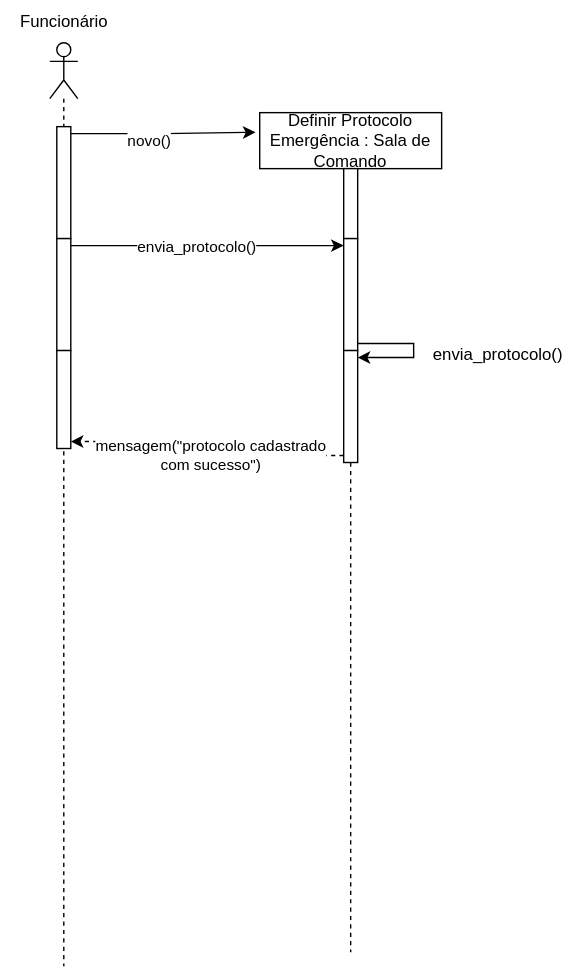
wholocked1/Projeto-2-modelagem keeps this draw.io diagram as Diagrama-Sequencia/diagrama_2.svg. Above is the earlier version. Source tidied: cells renumbered, new cells last; positions are measured from the earlier drawing's top-left corner, leaving out a move shared by most shapes. Source of this version:
```xml
<mxGraphModel background="#ffffff">
  <root>
    <mxCell id="0" />
    <mxCell id="1" parent="0" />
    <mxCell id="2" style="shape=umlLifeline;perimeter=lifelinePerimeter;whiteSpace=wrap;html=1;newEdgeStyle={&quot;curved&quot;:0,&quot;rounded&quot;:0};participant=umlActor;" parent="1" vertex="1">
      <mxGeometry x="35" y="30" width="20" height="660" as="geometry" />
    </mxCell>
    <mxCell id="3" style="html=1;points=[[0,0,0,0,5],[0,1,0,0,-5],[1,0,0,0,5],[1,1,0,0,-5]];perimeter=orthogonalPerimeter;outlineConnect=0;targetShapes=umlLifeline;portConstraint=eastwest;newEdgeStyle={&quot;curved&quot;:0,&quot;rounded&quot;:0};" parent="2" vertex="1">
      <mxGeometry x="5" y="60" width="10" height="80" as="geometry" />
    </mxCell>
    <mxCell id="4" style="html=1;points=[[0,0,0,0,5],[0,1,0,0,-5],[1,0,0,0,5],[1,1,0,0,-5]];perimeter=orthogonalPerimeter;outlineConnect=0;targetShapes=umlLifeline;portConstraint=eastwest;newEdgeStyle={&quot;curved&quot;:0,&quot;rounded&quot;:0};" parent="2" vertex="1">
      <mxGeometry x="5" y="140" width="10" height="80" as="geometry" />
    </mxCell>
    <mxCell id="5" style="html=1;points=[[0,0,0,0,5],[0,1,0,0,-5],[1,0,0,0,5],[1,1,0,0,-5]];perimeter=orthogonalPerimeter;outlineConnect=0;targetShapes=umlLifeline;portConstraint=eastwest;newEdgeStyle={&quot;curved&quot;:0,&quot;rounded&quot;:0};" parent="2" vertex="1">
      <mxGeometry x="5" y="220" width="10" height="70" as="geometry" />
    </mxCell>
    <mxCell id="6" value="Funcionário" style="text;html=1;align=center;verticalAlign=middle;strokeColor=none;fillColor=none;" parent="1" vertex="1">
      <mxGeometry width="90" height="30" as="geometry" />
    </mxCell>
    <mxCell id="7" value="Definir Protocolo Emergência : Sala de Comando" style="shape=umlLifeline;perimeter=lifelinePerimeter;whiteSpace=wrap;html=1;newEdgeStyle={&quot;curved&quot;:0,&quot;rounded&quot;:0};" parent="1" vertex="1">
      <mxGeometry x="185" y="80" width="130" height="600" as="geometry" />
    </mxCell>
    <mxCell id="8" style="html=1;perimeter=orthogonalPerimeter;targetShapes=umlLifeline;newEdgeStyle={&quot;curved&quot;:0,&quot;rounded&quot;:0};" parent="7" vertex="1">
      <mxGeometry x="60" y="40" width="10" height="50" as="geometry" />
    </mxCell>
    <mxCell id="9" style="html=1;points=[[0,0,0,0,5],[0,1,0,0,-5],[1,0,0,0,5],[1,1,0,0,-5]];perimeter=orthogonalPerimeter;outlineConnect=0;targetShapes=umlLifeline;portConstraint=eastwest;newEdgeStyle={&quot;curved&quot;:0,&quot;rounded&quot;:0};" parent="7" vertex="1">
      <mxGeometry x="60" y="90" width="10" height="80" as="geometry" />
    </mxCell>
    <mxCell id="10" style="html=1;points=[[0,0,0,0,5],[0,1,0,0,-5],[1,0,0,0,5],[1,1,0,0,-5]];perimeter=orthogonalPerimeter;outlineConnect=0;targetShapes=umlLifeline;portConstraint=eastwest;newEdgeStyle={&quot;curved&quot;:0,&quot;rounded&quot;:0};" parent="7" vertex="1">
      <mxGeometry x="60" y="170" width="10" height="80" as="geometry" />
    </mxCell>
    <mxCell id="11" style="edgeStyle=orthogonalEdgeStyle;rounded=0;jettySize=auto;html=1;curved=0;exitX=1;exitY=1;exitDx=0;exitDy=-5;exitPerimeter=0;entryX=1;entryY=0;entryDx=0;entryDy=5;entryPerimeter=0;" parent="7" edge="1" source="9" target="10">
      <mxGeometry relative="1" as="geometry">
        <Array as="points">
          <mxPoint x="110" y="165" />
          <mxPoint x="110" y="175" />
        </Array>
      </mxGeometry>
    </mxCell>
    <mxCell id="12" style="edgeStyle=orthogonalEdgeStyle;rounded=0;jettySize=auto;html=1;curved=0;exitX=1;exitY=0;exitDx=0;exitDy=5;exitPerimeter=0;entryX=0;entryY=0;entryDx=0;entryDy=5;entryPerimeter=0;" parent="1" edge="1" source="4" target="9">
      <mxGeometry relative="1" as="geometry" />
    </mxCell>
    <mxCell id="13" value="envia_protocolo()" style="edgeLabel;html=1;align=center;verticalAlign=middle;" parent="12" vertex="1">
      <mxGeometry x="-0.09" relative="1" as="geometry" />
    </mxCell>
    <mxCell id="14" value="envia_protocolo()" style="text;html=1;align=center;verticalAlign=middle;strokeColor=none;fillColor=none;" parent="1" vertex="1">
      <mxGeometry x="295" y="238" width="120" height="30" as="geometry" />
    </mxCell>
    <mxCell id="15" style="edgeStyle=orthogonalEdgeStyle;rounded=0;jettySize=auto;html=1;curved=0;exitX=0;exitY=1;exitDx=0;exitDy=-5;exitPerimeter=0;entryX=1;entryY=1;entryDx=0;entryDy=-5;entryPerimeter=0;dashed=1;" parent="1" edge="1" source="10" target="5">
      <mxGeometry relative="1" as="geometry" />
    </mxCell>
    <mxCell id="16" value="mensagem(&quot;protocolo cadastrado&lt;div&gt;com sucesso&quot;)&lt;/div&gt;" style="edgeLabel;html=1;align=center;verticalAlign=middle;" parent="15" vertex="1">
      <mxGeometry x="-0.03" y="-1" relative="1" as="geometry">
        <mxPoint x="1" y="1" as="offset" />
      </mxGeometry>
    </mxCell>
    <mxCell id="17" style="edgeStyle=orthogonalEdgeStyle;rounded=0;jettySize=auto;html=1;curved=0;exitX=1;exitY=0;exitDx=0;exitDy=5;exitPerimeter=0;" parent="1" edge="1" source="3">
      <mxGeometry relative="1" as="geometry">
        <mxPoint x="182" y="94" as="targetPoint" />
      </mxGeometry>
    </mxCell>
    <mxCell id="18" value="novo()" style="edgeLabel;html=1;align=center;verticalAlign=middle;" parent="17" vertex="1">
      <mxGeometry x="-0.17" y="-4" relative="1" as="geometry" />
    </mxCell>
  </root>
</mxGraphModel>
```
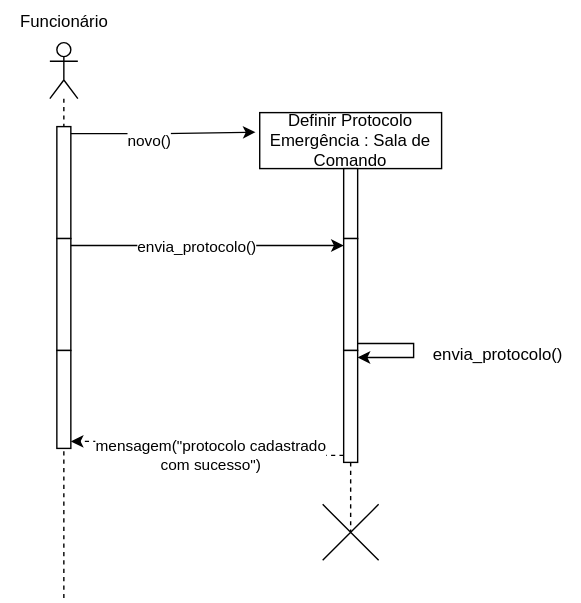
Above is the later version.

Change to the diagram source:
```diff
@@ -3,7 +3,7 @@
     <mxCell id="0" />
     <mxCell id="1" parent="0" />
     <mxCell id="2" style="shape=umlLifeline;perimeter=lifelinePerimeter;whiteSpace=wrap;html=1;newEdgeStyle={&quot;curved&quot;:0,&quot;rounded&quot;:0};participant=umlActor;" parent="1" vertex="1">
-      <mxGeometry x="35" y="30" width="20" height="660" as="geometry" />
+      <mxGeometry x="35" y="30" width="20" height="400" as="geometry" />
     </mxCell>
     <mxCell id="3" style="html=1;points=[[0,0,0,0,5],[0,1,0,0,-5],[1,0,0,0,5],[1,1,0,0,-5]];perimeter=orthogonalPerimeter;outlineConnect=0;targetShapes=umlLifeline;portConstraint=eastwest;newEdgeStyle={&quot;curved&quot;:0,&quot;rounded&quot;:0};" parent="2" vertex="1">
       <mxGeometry x="5" y="60" width="10" height="80" as="geometry" />
@@ -18,7 +18,7 @@
       <mxGeometry width="90" height="30" as="geometry" />
     </mxCell>
     <mxCell id="7" value="Definir Protocolo Emergência : Sala de Comando" style="shape=umlLifeline;perimeter=lifelinePerimeter;whiteSpace=wrap;html=1;newEdgeStyle={&quot;curved&quot;:0,&quot;rounded&quot;:0};" parent="1" vertex="1">
-      <mxGeometry x="185" y="80" width="130" height="600" as="geometry" />
+      <mxGeometry x="185" y="80" width="130" height="300" as="geometry" />
     </mxCell>
     <mxCell id="8" style="html=1;perimeter=orthogonalPerimeter;targetShapes=umlLifeline;newEdgeStyle={&quot;curved&quot;:0,&quot;rounded&quot;:0};" parent="7" vertex="1">
       <mxGeometry x="60" y="40" width="10" height="50" as="geometry" />
@@ -62,5 +62,8 @@
     <mxCell id="18" value="novo()" style="edgeLabel;html=1;align=center;verticalAlign=middle;" parent="17" vertex="1">
       <mxGeometry x="-0.17" y="-4" relative="1" as="geometry" />
     </mxCell>
+    <mxCell id="19" style="shape=mxgraph.sysml.x;" parent="1" vertex="1">
+      <mxGeometry x="230" y="360" width="40" height="40" as="geometry" />
+    </mxCell>
   </root>
 </mxGraphModel>
```
